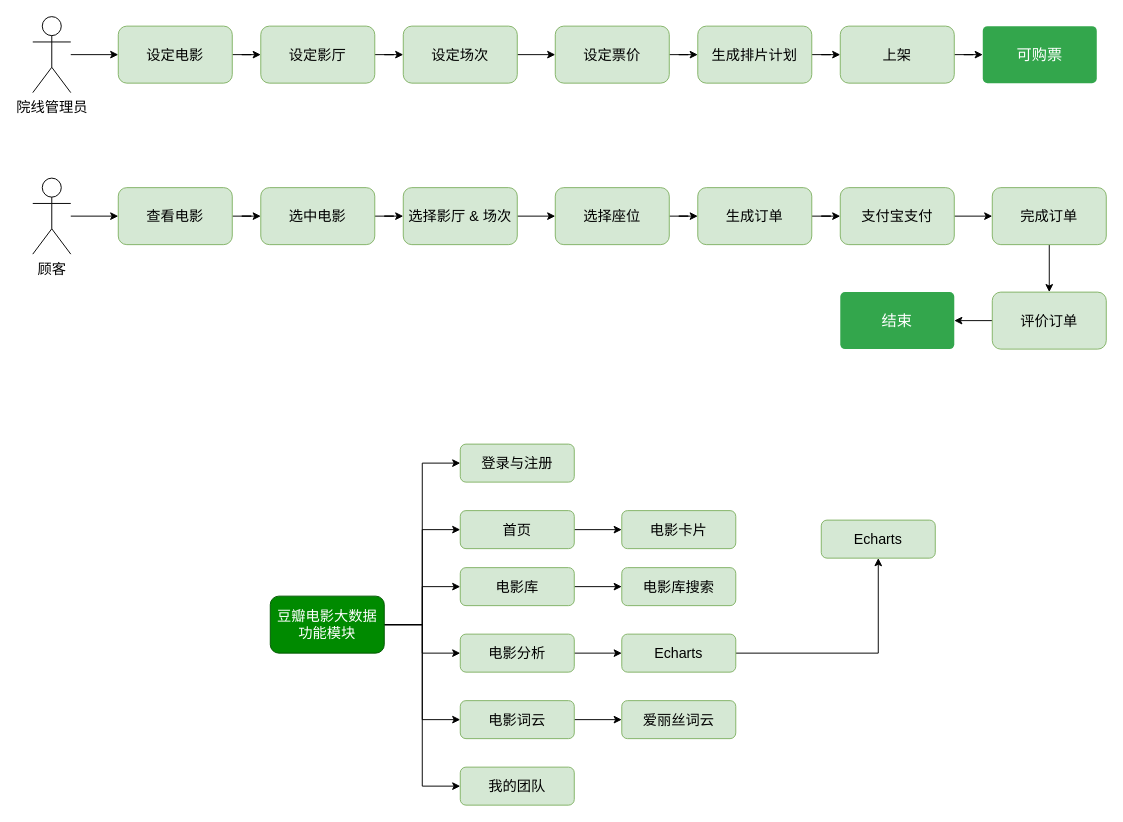
The draw.io diagram 豆瓣电影大数据.drawio in redcomet88/DRAW, before the edit. Source tidied: cells renumbered, new cells numbered last; positions are measured from the earlier drawing's top-left corner, leaving out a move shared by most shapes. Both pictures are drawn from the tidied source at 95%, with x=0, y=0 at pixel (32, 16).
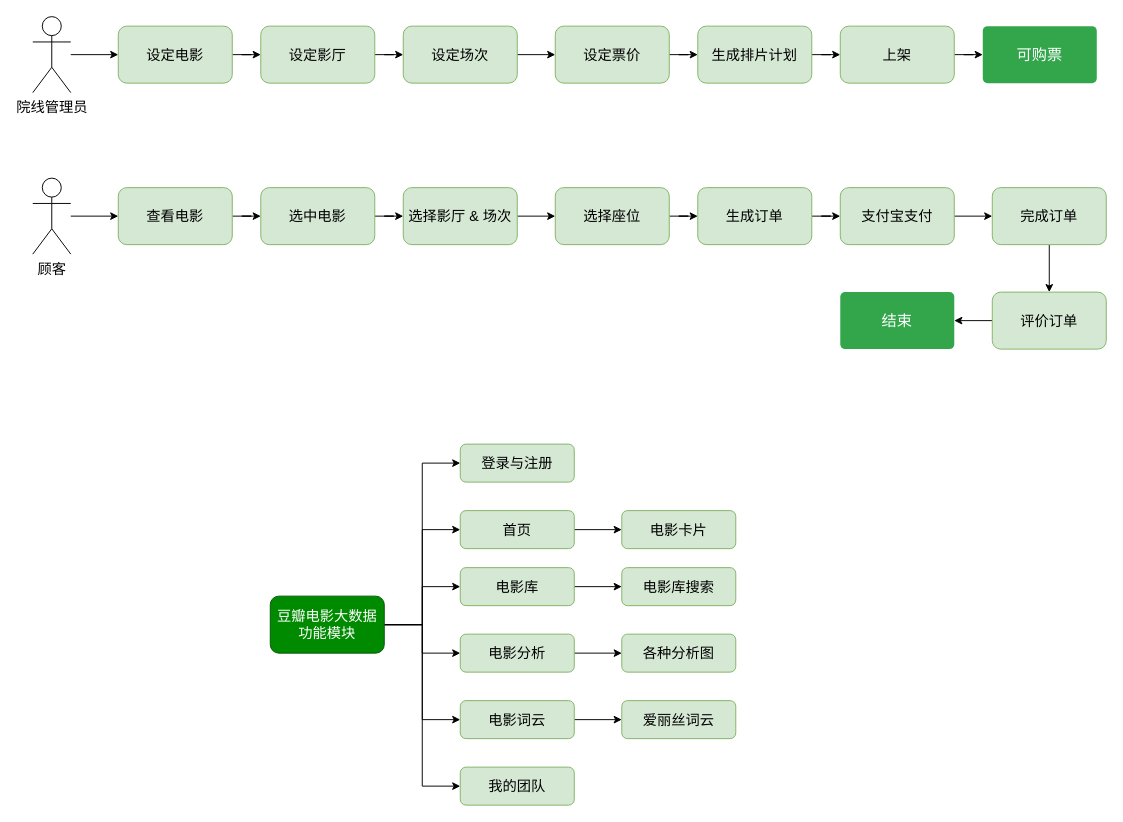
The same diagram, later.

Commit message:
Update 豆瓣电影大数据.drawio

The edit, as a diff of the source:
```diff
@@
-    <mxCell id="53" style="edgeStyle=orthogonalEdgeStyle;rounded=0;jettySize=auto;html=1;" parent="1" edge="1" source="54" target="58">
-      <mxGeometry relative="1" as="geometry" />
-    </mxCell>
-    <mxCell id="54" value="Echarts" style="rounded=1;whiteSpace=wrap;html=1;fontSize=15;fillColor=#d5e8d4;strokeColor=#82b366;" parent="1" vertex="1">
+    <mxCell id="54" value="各种分析图" style="rounded=1;whiteSpace=wrap;html=1;fontSize=15;fillColor=#d5e8d4;strokeColor=#82b366;" parent="1" vertex="1">
       <mxGeometry x="620" y="650" width="120" height="40" as="geometry" />
     </mxCell>
@@
-    <mxCell id="58" value="Echarts" style="rounded=1;whiteSpace=wrap;html=1;fontSize=15;fillColor=#d5e8d4;strokeColor=#82b366;" parent="1" vertex="1">
-      <mxGeometry x="830" y="530" width="120" height="40" as="geometry" />
-    </mxCell>
```
